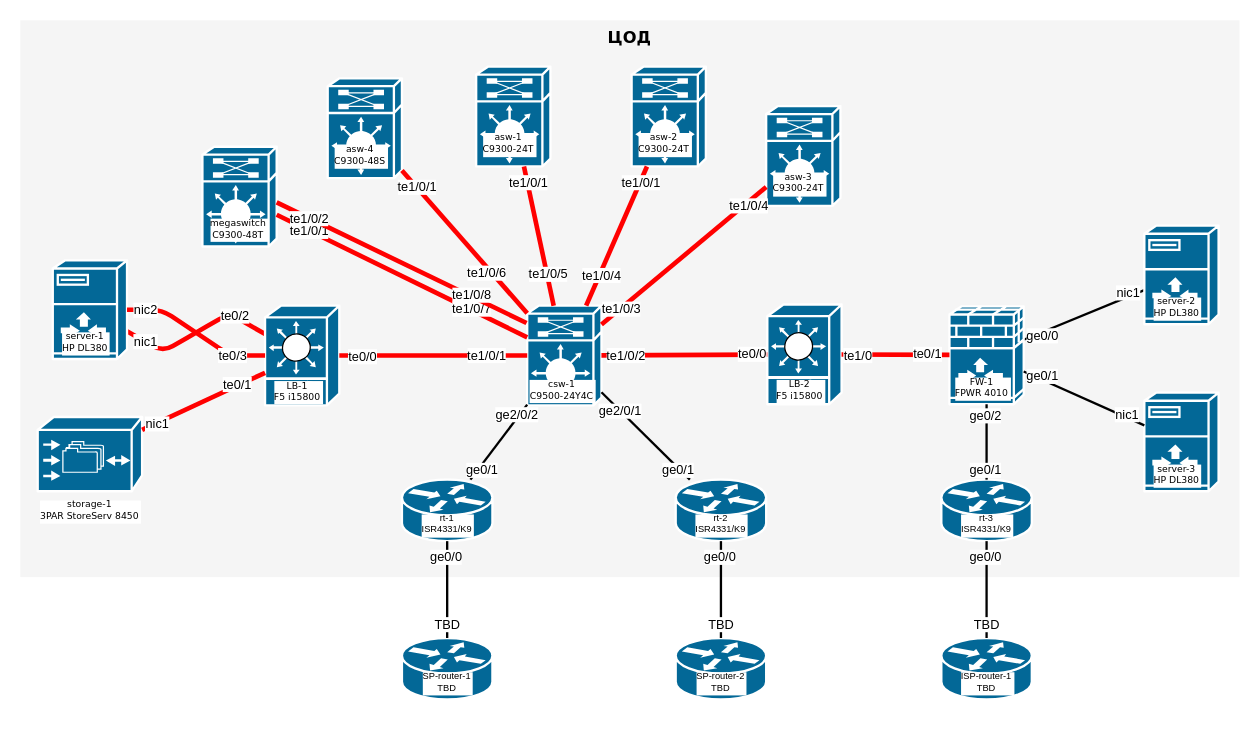
The draw.io diagram net_diag.drawio in asha77/cisco_parser, before the edit. Source tidied: cells renumbered, new cells numbered last; positions are measured from the earlier drawing's top-left corner, leaving out a move shared by most shapes. Both pictures are drawn from the tidied source at 116%, with x=0, y=0 at pixel (20, 20).
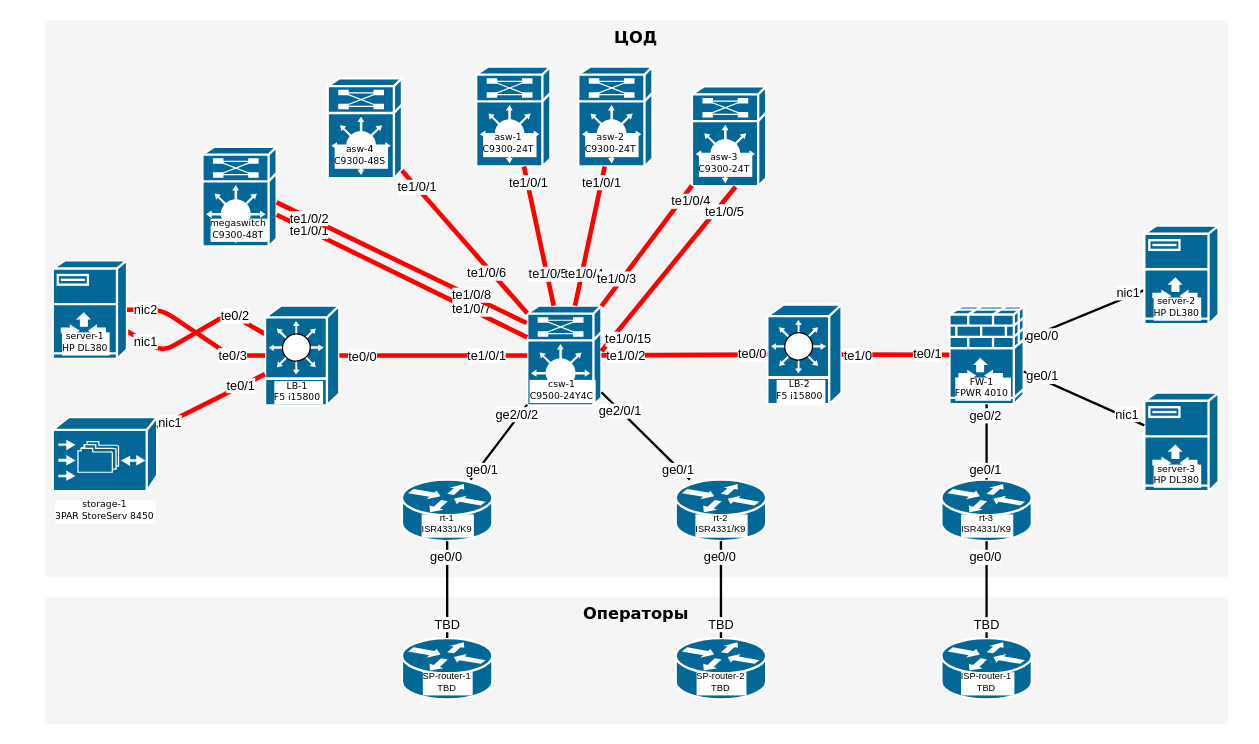
After the change.

Commit message (it also covers changes not shown here):
Duplicate check recognize absense of serial number in data. Diagram creatio with id = FQDN of device

Unchanged cells that the change refers to:
```xml
<object id="18" label="%Name%&#10;%Model%" Model="C9500-24Y4C" Name="csw-1" placeholders="1">
  <mxCell style="shape=mxgraph.cisco.misc.route_switch_processor;dashed=0;fillColor=#036897;strokeColor=#ffffff;strokeWidth=2;verticalLabelPosition=middle;verticalAlign=middle;rounded=0;shadow=0;comic=0;fontFamily=Verdana;fontSize=8;movableLabel=1;labelBackgroundColor=default;labelBorderColor=none;html=0;labelPosition=center;align=center;" parent="1" vertex="1">
    <mxGeometry x="437" y="246" width="64" height="86" as="geometry">
      <mxPoint x="-2" y="30" as="offset" />
    </mxGeometry>
  </mxCell>
</object>
<mxCell id="46" style="edgeStyle=none;html=1;labelBackgroundColor=none;startFill=0;endArrow=none;endFill=0;strokeWidth=4;fontFamily=Verdana;fontSize=12;strokeColor=#FF0000;fillColor=#e51400;rounded=0;" parent="1" edge="1" source="16" target="18">
  <mxGeometry relative="1" as="geometry" />
</mxCell>
```

What changed in the source:
```diff
@@
+    <mxCell id="82" value="Операторы" style="whiteSpace=wrap;html=1;rounded=0;shadow=0;comic=0;strokeWidth=1;fontFamily=Verdana;fontSize=14;fillColor=#f5f5f5;strokeColor=none;verticalAlign=top;fontStyle=1;align=center;" parent="1" vertex="1">
+      <mxGeometry x="21" y="497" width="1020" height="110" as="geometry" />
+    </mxCell>
     <mxCell id="2" value="ЦОД" style="whiteSpace=wrap;html=1;rounded=0;shadow=0;comic=0;strokeWidth=1;fontFamily=Verdana;fontSize=14;fillColor=#f5f5f5;strokeColor=none;verticalAlign=top;fontStyle=1;align=center;" parent="1" vertex="1">
-      <mxGeometry width="1051" height="480" as="geometry" />
+      <mxGeometry x="21" width="1020" height="480" as="geometry" />
     </mxCell>
@@
     <object id="8" label="%Name%&#10;%Model%" Model="3PAR StoreServ 8450" Name="storage-1" placeholders="1">
       <mxCell style="shape=mxgraph.cisco.storage.cisco_file_engine;dashed=0;fillColor=#036897;strokeColor=#ffffff;strokeWidth=2;verticalLabelPosition=bottom;verticalAlign=top;rounded=0;shadow=0;comic=0;fontFamily=Verdana;fontSize=8;movableLabel=1;labelBackgroundColor=default;" parent="1" vertex="1">
-        <mxGeometry x="15" y="342" width="90" height="64" as="geometry" />
+        <mxGeometry x="28" y="342" width="90" height="64" as="geometry" />
       </mxCell>
     </object>
@@
     <object id="15" label="%Name%&#10;%Model%" Model="C9300-24T" Name="asw-2" placeholders="1">
       <mxCell style="shape=mxgraph.cisco.misc.route_switch_processor;dashed=0;fillColor=#036897;strokeColor=#ffffff;strokeWidth=2;verticalLabelPosition=bottom;verticalAlign=top;rounded=0;shadow=0;comic=0;fontFamily=Verdana;fontSize=8;movableLabel=1;labelBackgroundColor=default;labelBorderColor=none;html=0;" parent="1" vertex="1">
-        <mxGeometry x="527" y="40" width="64" height="86" as="geometry">
+        <mxGeometry x="481" y="40" width="64" height="86" as="geometry">
           <mxPoint x="-4" y="-36" as="offset" />
         </mxGeometry>
       </mxCell>
     </object>
     <object id="16" label="%Name%&#10;%Model%" Model="C9300-24T" Name="asw-3" placeholders="1">
       <mxCell style="shape=mxgraph.cisco.misc.route_switch_processor;dashed=0;fillColor=#036897;strokeColor=#ffffff;strokeWidth=2;verticalLabelPosition=bottom;verticalAlign=top;rounded=0;shadow=0;comic=0;fontFamily=Verdana;fontSize=8;movableLabel=1;labelBackgroundColor=default;labelBorderColor=none;html=0;" parent="1" vertex="1">
-        <mxGeometry x="643" y="74" width="64" height="86" as="geometry">
+        <mxGeometry x="579" y="57" width="64" height="86" as="geometry">
           <mxPoint x="-4" y="-36" as="offset" />
         </mxGeometry>
       </mxCell>
     </object>
@@
     <object id="48" label="%Interface%" Interface="te1/0/3" placeholders="1">
       <mxCell style="edgeLabel;html=1;align=center;verticalAlign=middle;labelBackgroundColor=default;labelBorderColor=none;fontFamily=Helvetica;fontSize=11;" parent="46" vertex="1">
-        <mxGeometry x="0.77" relative="1" as="geometry" />
+        <mxGeometry x="0.77" relative="1" as="geometry">
+          <mxPoint x="4" y="-12" as="offset" />
+        </mxGeometry>
       </mxCell>
     </object>
@@
+    <mxCell id="83" style="edgeStyle=none;html=1;labelBackgroundColor=none;startFill=0;endArrow=none;endFill=0;strokeWidth=4;fontFamily=Verdana;fontSize=12;strokeColor=#FF0000;fillColor=#e51400;rounded=0;exitX=0.588;exitY=1.005;exitDx=0;exitDy=0;exitPerimeter=0;entryX=1;entryY=0.457;entryDx=0;entryDy=0;entryPerimeter=0;" parent="1" edge="1" source="16" target="18">
+      <mxGeometry relative="1" as="geometry" />
+    </mxCell>
+    <object id="84" label="%Interface%" Interface="te1/0/5" placeholders="1">
+      <mxCell style="edgeLabel;html=1;align=center;verticalAlign=middle;labelBackgroundColor=default;labelBorderColor=none;fontFamily=Helvetica;fontSize=11;" parent="83" vertex="1">
+        <mxGeometry x="-0.55" y="-1" relative="1" as="geometry">
+          <mxPoint x="17" y="-10" as="offset" />
+        </mxGeometry>
+      </mxCell>
+    </object>
+    <object id="85" label="%Interface%" Interface="te1/0/15" placeholders="1">
+      <mxCell style="edgeLabel;html=1;align=center;verticalAlign=middle;labelBackgroundColor=default;labelBorderColor=none;fontFamily=Helvetica;fontSize=11;" parent="83" vertex="1">
+        <mxGeometry x="0.77" relative="1" as="geometry">
+          <mxPoint x="9" y="5" as="offset" />
+        </mxGeometry>
+      </mxCell>
+    </object>
```
